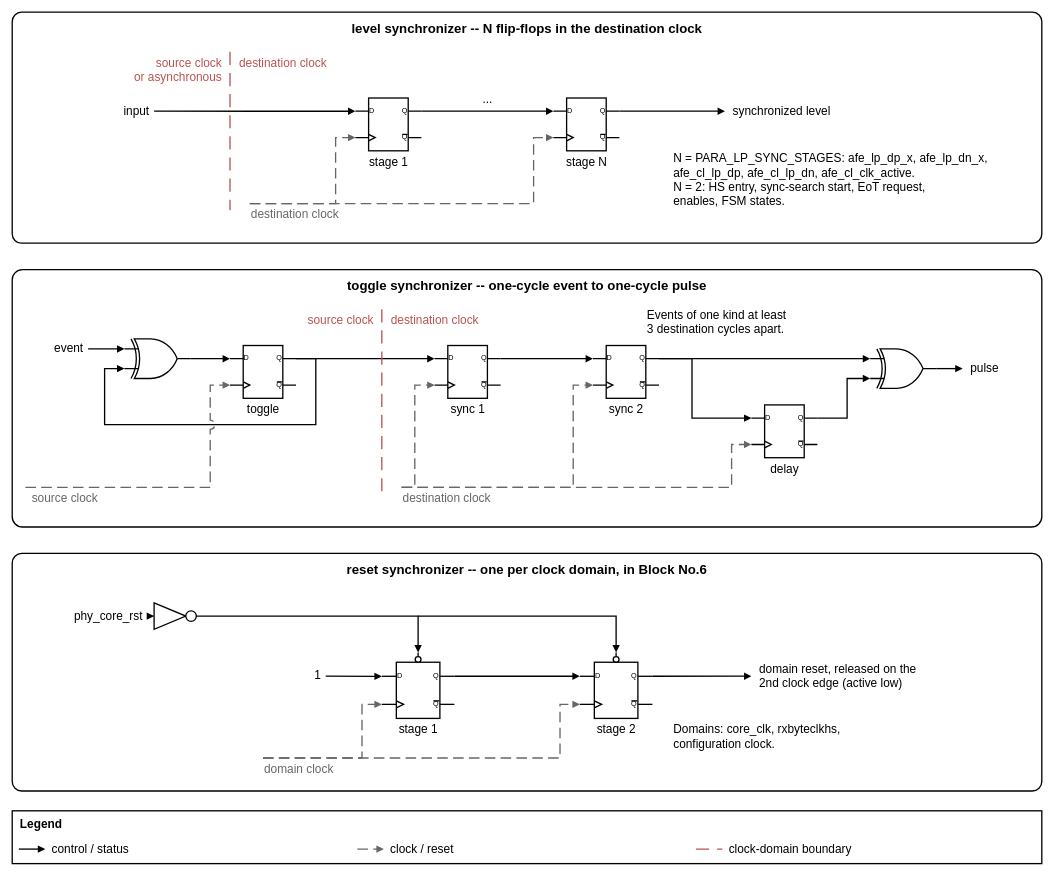
Earlier version of the draw.io diagram 22fdx/rx/digital/hw/rtl/ip/ftel_dphy_rx/doc/figures/ftel_dphy_rx_sync_cells.drawio (ftel-cdc/fu3_dphy). Source tidied: cells renumbered, new cells numbered last; positions are measured from the earlier drawing's top-left corner, leaving out a move shared by most shapes. Both pictures are drawn from the tidied source at 66%, with x=0, y=0 at pixel (12, 12).
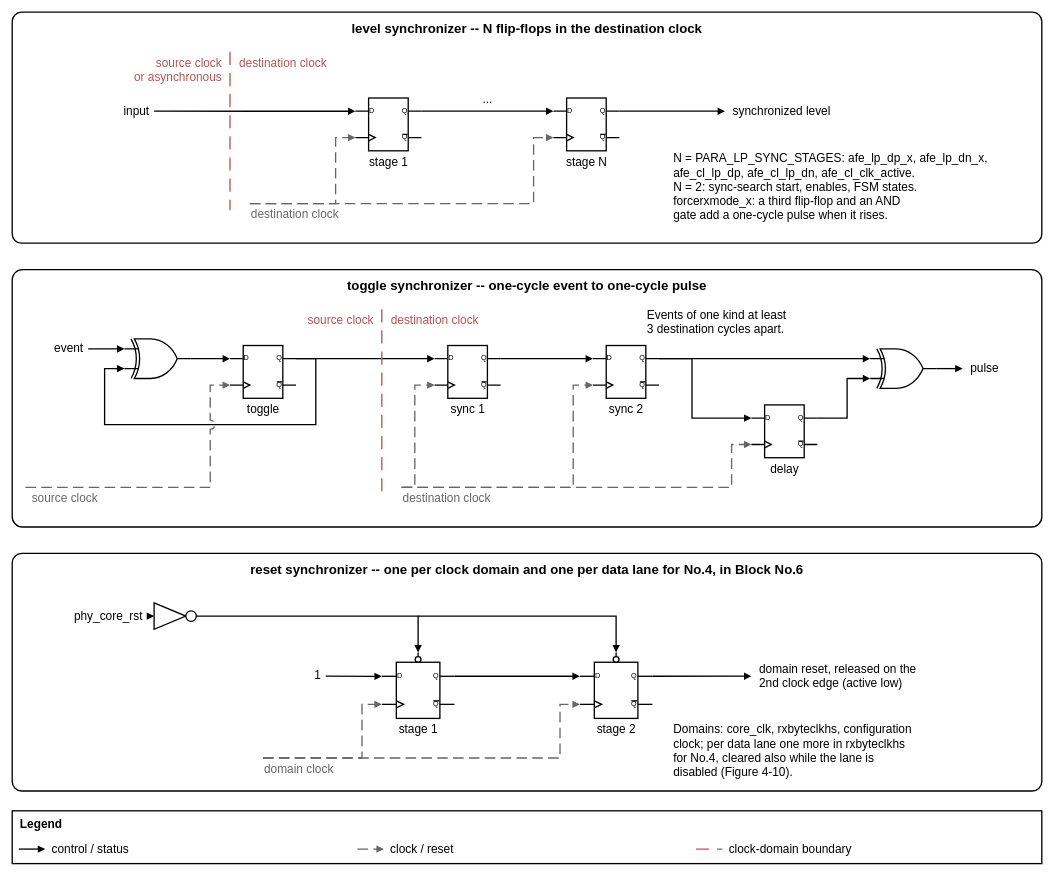
The same page after the edit.

Diff of the diagram source:
```diff
@@
-    <mxCell id="15" value="N = PARA_LP_SYNC_STAGES: afe_lp_dp_x, afe_lp_dn_x,&lt;br&gt;afe_cl_lp_dp, afe_cl_lp_dn, afe_cl_clk_active.&lt;br&gt;N = 2: HS entry, sync-search start, EoT request,&lt;br&gt;enables, FSM states." style="text;html=1;whiteSpace=wrap;fontSize=18;align=left;verticalAlign=top;strokeColor=none;fillColor=none;spacing=2;" parent="1" vertex="1">
-      <mxGeometry x="1000" y="205" width="540" height="130" as="geometry" />
+    <mxCell id="15" value="N = PARA_LP_SYNC_STAGES: afe_lp_dp_x, afe_lp_dn_x,&lt;br&gt;afe_cl_lp_dp, afe_cl_lp_dn, afe_cl_clk_active.&lt;br&gt;N = 2: sync-search start, enables, FSM states.&lt;br&gt;forcerxmode_x: a third flip-flop and an AND&lt;br&gt;gate add a one-cycle pulse when it rises." style="text;html=1;whiteSpace=wrap;fontSize=18;align=left;verticalAlign=top;strokeColor=none;fillColor=none;spacing=2;" parent="1" vertex="1">
+      <mxGeometry x="1000" y="205" width="540" height="140" as="geometry" />
     </mxCell>
@@
-    <mxCell id="43" value="reset synchronizer  --  one per clock domain, in Block No.6" style="rounded=1;whiteSpace=wrap;html=1;fontSize=20;fontStyle=1;verticalAlign=top;strokeWidth=2;fillColor=none;arcSize=4;spacingTop=6;" parent="1" vertex="1">
+    <mxCell id="43" value="reset synchronizer  --  one per clock domain and one per data lane for No.4, in Block No.6" style="rounded=1;whiteSpace=wrap;html=1;fontSize=20;fontStyle=1;verticalAlign=top;strokeWidth=2;fillColor=none;arcSize=4;spacingTop=6;" parent="1" vertex="1">
       <mxGeometry y="820" width="1560" height="360" as="geometry" />
     </mxCell>
@@
-    <mxCell id="60" value="Domains: core_clk, rxbyteclkhs,&lt;br&gt;configuration clock." style="text;html=1;whiteSpace=wrap;fontSize=18;align=left;verticalAlign=top;strokeColor=none;fillColor=none;spacing=2;" parent="1" vertex="1">
-      <mxGeometry x="1000" y="1070" width="550" height="70" as="geometry" />
+    <mxCell id="60" value="Domains: core_clk, rxbyteclkhs, configuration&lt;br&gt;clock; per data lane one more in rxbyteclkhs&lt;br&gt;for No.4, cleared also while the lane is&lt;br&gt;disabled (Figure 4-10)." style="text;html=1;whiteSpace=wrap;fontSize=18;align=left;verticalAlign=top;strokeColor=none;fillColor=none;spacing=2;" parent="1" vertex="1">
+      <mxGeometry x="1000" y="1070" width="550" height="104" as="geometry" />
     </mxCell>
```
